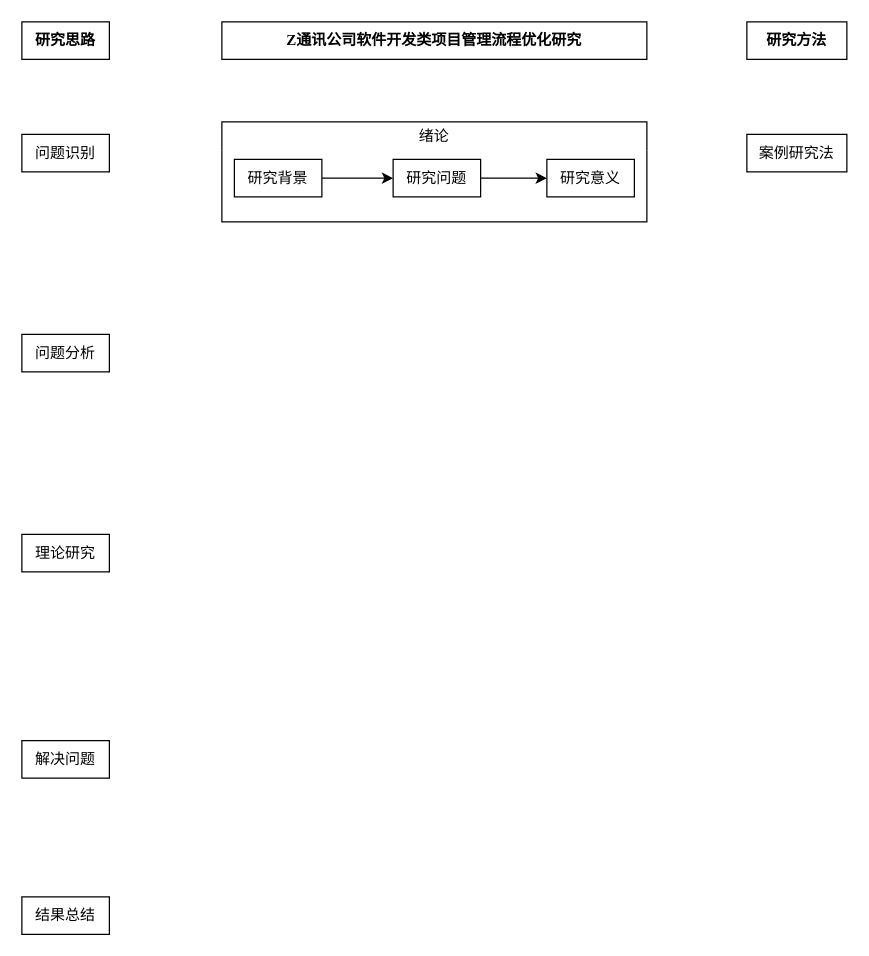
Before: 技术路线图.drawio in zhengt666/homework, a draw.io diagram. Source tidied: cells renumbered, new cells numbered last; positions are measured from the earlier drawing's top-left corner, leaving out a move shared by most shapes. Both pictures are drawn from the tidied source at 125%, with x=0, y=0 at pixel (21, 21).
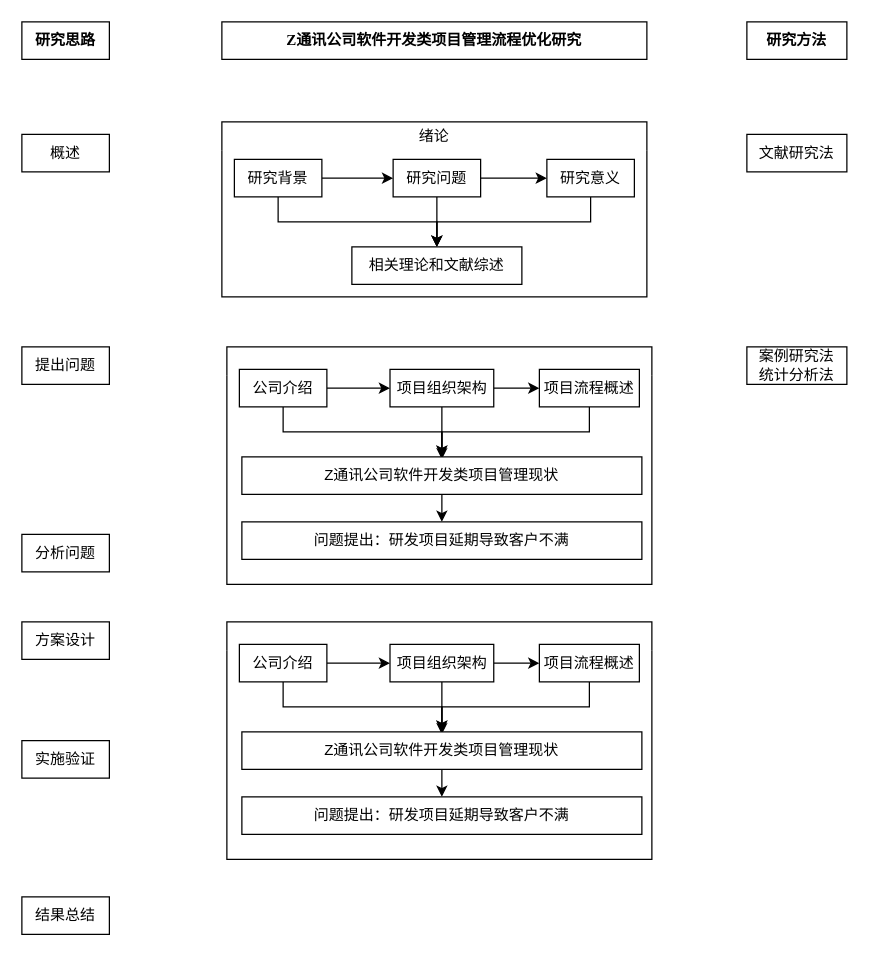
The same page after the edit.

Commit message (it also covers changes not shown here):
更新技术路线图.drawio

The change refers to these unchanged cells:
```xml
<mxCell id="13" value="研究背景" style="rounded=0;whiteSpace=wrap;html=1;" parent="11" vertex="1">
  <mxGeometry x="10" y="30" width="70" height="30" as="geometry" />
</mxCell>
<mxCell id="15" value="研究问题" style="rounded=0;whiteSpace=wrap;html=1;" parent="11" vertex="1">
  <mxGeometry x="137" y="30" width="70" height="30" as="geometry" />
</mxCell>
<mxCell id="16" value="研究意义" style="rounded=0;whiteSpace=wrap;html=1;" parent="11" vertex="1">
  <mxGeometry x="260" y="30" width="70" height="30" as="geometry" />
</mxCell>
```

Diff of the diagram source:
```diff
@@
-    <mxCell id="5" value="问题识别" style="rounded=0;whiteSpace=wrap;html=1;" parent="1" vertex="1">
+    <mxCell id="5" value="概述" style="rounded=0;whiteSpace=wrap;html=1;" parent="1" vertex="1">
       <mxGeometry y="90" width="70" height="30" as="geometry" />
     </mxCell>
-    <mxCell id="6" value="案例研究法" style="rounded=0;whiteSpace=wrap;html=1;" parent="1" vertex="1">
+    <mxCell id="6" value="&lt;span style=&quot;background-color: transparent; color: light-dark(rgb(0, 0, 0), rgb(255, 255, 255));&quot;&gt;文献研究法&lt;/span&gt;" style="rounded=0;whiteSpace=wrap;html=1;" parent="1" vertex="1">
       <mxGeometry x="580" y="90" width="80" height="30" as="geometry" />
     </mxCell>
-    <mxCell id="7" value="问题分析" style="rounded=0;whiteSpace=wrap;html=1;" parent="1" vertex="1">
-      <mxGeometry y="250" width="70" height="30" as="geometry" />
+    <mxCell id="7" value="提出问题" style="rounded=0;whiteSpace=wrap;html=1;" parent="1" vertex="1">
+      <mxGeometry y="260" width="70" height="30" as="geometry" />
     </mxCell>
-    <mxCell id="8" value="理论研究" style="rounded=0;whiteSpace=wrap;html=1;" parent="1" vertex="1">
+    <mxCell id="8" value="分析问题" style="rounded=0;whiteSpace=wrap;html=1;" parent="1" vertex="1">
       <mxGeometry y="410" width="70" height="30" as="geometry" />
     </mxCell>
-    <mxCell id="9" value="解决问题" style="rounded=0;whiteSpace=wrap;html=1;" parent="1" vertex="1">
+    <mxCell id="9" value="实施验证" style="rounded=0;whiteSpace=wrap;html=1;" parent="1" vertex="1">
       <mxGeometry y="575" width="70" height="30" as="geometry" />
     </mxCell>
@@
     <mxCell id="11" value="&lt;span style=&quot;font-weight: normal;&quot;&gt;绪论&lt;/span&gt;" style="swimlane;whiteSpace=wrap;html=1;startSize=23;backgroundOutline=0;fixedHeader=0;fillColor=none;swimlaneLine=0;" parent="1" vertex="1">
-      <mxGeometry x="160" y="80" width="340" height="80" as="geometry" />
+      <mxGeometry x="160" y="80" width="340" height="140" as="geometry" />
     </mxCell>
@@
+    <mxCell id="17" style="edgeStyle=orthogonalEdgeStyle;rounded=0;jettySize=auto;html=1;exitX=0.5;exitY=1;exitDx=0;exitDy=0;entryX=0.5;entryY=0;entryDx=0;entryDy=0;fontFamily=Helvetica;fontSize=12;fontColor=default;fontStyle=1;curved=0;" parent="11" edge="1" source="13" target="20">
+      <mxGeometry relative="1" as="geometry" />
+    </mxCell>
@@
+    <mxCell id="18" style="edgeStyle=orthogonalEdgeStyle;rounded=0;jettySize=auto;html=1;exitX=0.5;exitY=1;exitDx=0;exitDy=0;entryX=0.5;entryY=0;entryDx=0;entryDy=0;fontFamily=Helvetica;fontSize=12;fontColor=default;fontStyle=1;" parent="11" edge="1" source="15" target="20">
+      <mxGeometry relative="1" as="geometry" />
+    </mxCell>
@@
+    <mxCell id="19" style="edgeStyle=orthogonalEdgeStyle;rounded=0;jettySize=auto;html=1;exitX=0.5;exitY=1;exitDx=0;exitDy=0;entryX=0.5;entryY=0;entryDx=0;entryDy=0;fontFamily=Helvetica;fontSize=12;fontColor=default;fontStyle=1;curved=0;" parent="11" edge="1" source="16" target="20">
+      <mxGeometry relative="1" as="geometry" />
+    </mxCell>
@@
+    <mxCell id="20" value="相关理论和文献综述" style="rounded=0;whiteSpace=wrap;html=1;" parent="11" vertex="1">
+      <mxGeometry x="104" y="100" width="136" height="30" as="geometry" />
+    </mxCell>
+    <mxCell id="21" value="方案设计" style="rounded=0;whiteSpace=wrap;html=1;" parent="1" vertex="1">
+      <mxGeometry y="480" width="70" height="30" as="geometry" />
+    </mxCell>
+    <mxCell id="22" value="案例研究法&lt;div&gt;统计分析法&lt;/div&gt;" style="rounded=0;whiteSpace=wrap;html=1;" parent="1" vertex="1">
+      <mxGeometry x="580" y="260" width="80" height="30" as="geometry" />
+    </mxCell>
+    <mxCell id="23" style="swimlane;whiteSpace=wrap;html=1;startSize=23;backgroundOutline=0;fixedHeader=0;fillColor=none;swimlaneLine=0;" parent="1" vertex="1">
+      <mxGeometry x="164" y="260" width="340" height="190" as="geometry" />
+    </mxCell>
+    <mxCell id="24" style="edgeStyle=orthogonalEdgeStyle;rounded=0;jettySize=auto;html=1;fontFamily=Helvetica;fontSize=12;fontColor=default;fontStyle=1;" parent="23" edge="1" source="26" target="29">
+      <mxGeometry relative="1" as="geometry" />
+    </mxCell>
+    <mxCell id="25" style="edgeStyle=orthogonalEdgeStyle;rounded=0;jettySize=auto;html=1;exitX=0.5;exitY=1;exitDx=0;exitDy=0;fontFamily=Helvetica;fontSize=12;fontColor=default;fontStyle=1;" parent="23" edge="1" source="26" target="33">
+      <mxGeometry relative="1" as="geometry" />
+    </mxCell>
+    <mxCell id="26" value="公司介绍" style="rounded=0;whiteSpace=wrap;html=1;" parent="23" vertex="1">
+      <mxGeometry x="10" y="18" width="70" height="30" as="geometry" />
+    </mxCell>
+    <mxCell id="27" style="edgeStyle=orthogonalEdgeStyle;rounded=0;jettySize=auto;html=1;fontFamily=Helvetica;fontSize=12;fontColor=default;fontStyle=1;" parent="23" edge="1" source="29" target="31">
+      <mxGeometry relative="1" as="geometry" />
+    </mxCell>
+    <mxCell id="28" style="edgeStyle=orthogonalEdgeStyle;rounded=0;jettySize=auto;html=1;exitX=0.5;exitY=1;exitDx=0;exitDy=0;fontFamily=Helvetica;fontSize=12;fontColor=default;fontStyle=1;" parent="23" edge="1" source="29">
+      <mxGeometry relative="1" as="geometry">
+        <mxPoint x="172" y="90" as="targetPoint" />
+      </mxGeometry>
+    </mxCell>
+    <mxCell id="29" value="项目组织架构" style="rounded=0;whiteSpace=wrap;html=1;" parent="23" vertex="1">
+      <mxGeometry x="130.5" y="18" width="83" height="30" as="geometry" />
+    </mxCell>
+    <mxCell id="30" style="edgeStyle=orthogonalEdgeStyle;rounded=0;jettySize=auto;html=1;exitX=0.5;exitY=1;exitDx=0;exitDy=0;entryX=0.5;entryY=0;entryDx=0;entryDy=0;fontFamily=Helvetica;fontSize=12;fontColor=default;fontStyle=1;" parent="23" edge="1" source="31" target="33">
+      <mxGeometry relative="1" as="geometry" />
+    </mxCell>
+    <mxCell id="31" value="项目流程概述" style="rounded=0;whiteSpace=wrap;html=1;" parent="23" vertex="1">
+      <mxGeometry x="250" y="18" width="80" height="30" as="geometry" />
+    </mxCell>
+    <mxCell id="32" style="edgeStyle=orthogonalEdgeStyle;rounded=0;jettySize=auto;html=1;exitX=0.5;exitY=1;exitDx=0;exitDy=0;entryX=0.5;entryY=0;entryDx=0;entryDy=0;fontFamily=Helvetica;fontSize=12;fontColor=default;fontStyle=1;" parent="23" edge="1" source="33" target="34">
+      <mxGeometry relative="1" as="geometry" />
+    </mxCell>
+    <mxCell id="33" value="Z通讯公司软件开发类项目管理现状" style="rounded=0;whiteSpace=wrap;html=1;" parent="23" vertex="1">
+      <mxGeometry x="12" y="88" width="320" height="30" as="geometry" />
+    </mxCell>
+    <mxCell id="34" value="问题提出：研发项目延期导致客户不满" style="rounded=0;whiteSpace=wrap;html=1;" parent="23" vertex="1">
+      <mxGeometry x="12" y="140" width="320" height="30" as="geometry" />
+    </mxCell>
+    <mxCell id="35" style="swimlane;whiteSpace=wrap;html=1;startSize=23;backgroundOutline=0;fixedHeader=0;fillColor=none;swimlaneLine=0;" parent="1" vertex="1">
+      <mxGeometry x="164" y="480" width="340" height="190" as="geometry" />
+    </mxCell>
+    <mxCell id="36" style="edgeStyle=orthogonalEdgeStyle;rounded=0;jettySize=auto;html=1;fontFamily=Helvetica;fontSize=12;fontColor=default;fontStyle=1;" parent="35" edge="1" source="38" target="41">
+      <mxGeometry relative="1" as="geometry" />
+    </mxCell>
+    <mxCell id="37" style="edgeStyle=orthogonalEdgeStyle;rounded=0;jettySize=auto;html=1;exitX=0.5;exitY=1;exitDx=0;exitDy=0;fontFamily=Helvetica;fontSize=12;fontColor=default;fontStyle=1;" parent="35" edge="1" source="38" target="45">
+      <mxGeometry relative="1" as="geometry" />
+    </mxCell>
+    <mxCell id="38" value="公司介绍" style="rounded=0;whiteSpace=wrap;html=1;" parent="35" vertex="1">
+      <mxGeometry x="10" y="18" width="70" height="30" as="geometry" />
+    </mxCell>
+    <mxCell id="39" style="edgeStyle=orthogonalEdgeStyle;rounded=0;jettySize=auto;html=1;fontFamily=Helvetica;fontSize=12;fontColor=default;fontStyle=1;" parent="35" edge="1" source="41" target="43">
+      <mxGeometry relative="1" as="geometry" />
+    </mxCell>
+    <mxCell id="40" style="edgeStyle=orthogonalEdgeStyle;rounded=0;jettySize=auto;html=1;exitX=0.5;exitY=1;exitDx=0;exitDy=0;fontFamily=Helvetica;fontSize=12;fontColor=default;fontStyle=1;" parent="35" edge="1" source="41">
+      <mxGeometry relative="1" as="geometry">
+        <mxPoint x="172" y="90" as="targetPoint" />
+      </mxGeometry>
+    </mxCell>
+    <mxCell id="41" value="项目组织架构" style="rounded=0;whiteSpace=wrap;html=1;" parent="35" vertex="1">
+      <mxGeometry x="130.5" y="18" width="83" height="30" as="geometry" />
+    </mxCell>
+    <mxCell id="42" style="edgeStyle=orthogonalEdgeStyle;rounded=0;jettySize=auto;html=1;exitX=0.5;exitY=1;exitDx=0;exitDy=0;entryX=0.5;entryY=0;entryDx=0;entryDy=0;fontFamily=Helvetica;fontSize=12;fontColor=default;fontStyle=1;" parent="35" edge="1" source="43" target="45">
+      <mxGeometry relative="1" as="geometry" />
+    </mxCell>
+    <mxCell id="43" value="项目流程概述" style="rounded=0;whiteSpace=wrap;html=1;" parent="35" vertex="1">
+      <mxGeometry x="250" y="18" width="80" height="30" as="geometry" />
+    </mxCell>
+    <mxCell id="44" style="edgeStyle=orthogonalEdgeStyle;rounded=0;jettySize=auto;html=1;exitX=0.5;exitY=1;exitDx=0;exitDy=0;entryX=0.5;entryY=0;entryDx=0;entryDy=0;fontFamily=Helvetica;fontSize=12;fontColor=default;fontStyle=1;" parent="35" edge="1" source="45" target="46">
+      <mxGeometry relative="1" as="geometry" />
+    </mxCell>
+    <mxCell id="45" value="Z通讯公司软件开发类项目管理现状" style="rounded=0;whiteSpace=wrap;html=1;" parent="35" vertex="1">
+      <mxGeometry x="12" y="88" width="320" height="30" as="geometry" />
+    </mxCell>
+    <mxCell id="46" value="问题提出：研发项目延期导致客户不满" style="rounded=0;whiteSpace=wrap;html=1;" parent="35" vertex="1">
+      <mxGeometry x="12" y="140" width="320" height="30" as="geometry" />
+    </mxCell>
```
